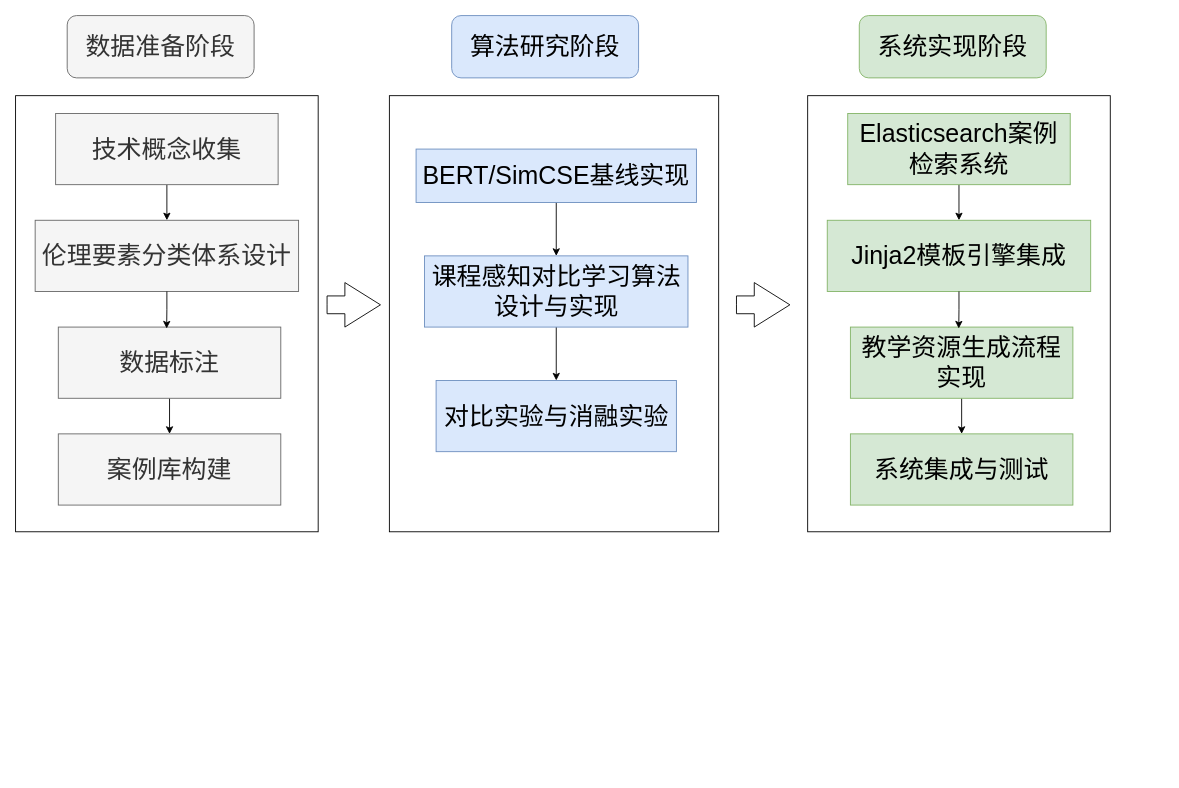
Before: 技术路线图（大论文）.drawio in handsome-tony/picture, a draw.io diagram. Source tidied: cells renumbered, new cells numbered last; positions are measured from the earlier drawing's top-left corner, leaving out a move shared by most shapes. Both pictures are drawn from the tidied source at 89%, with x=0, y=0 at pixel (15, 15).
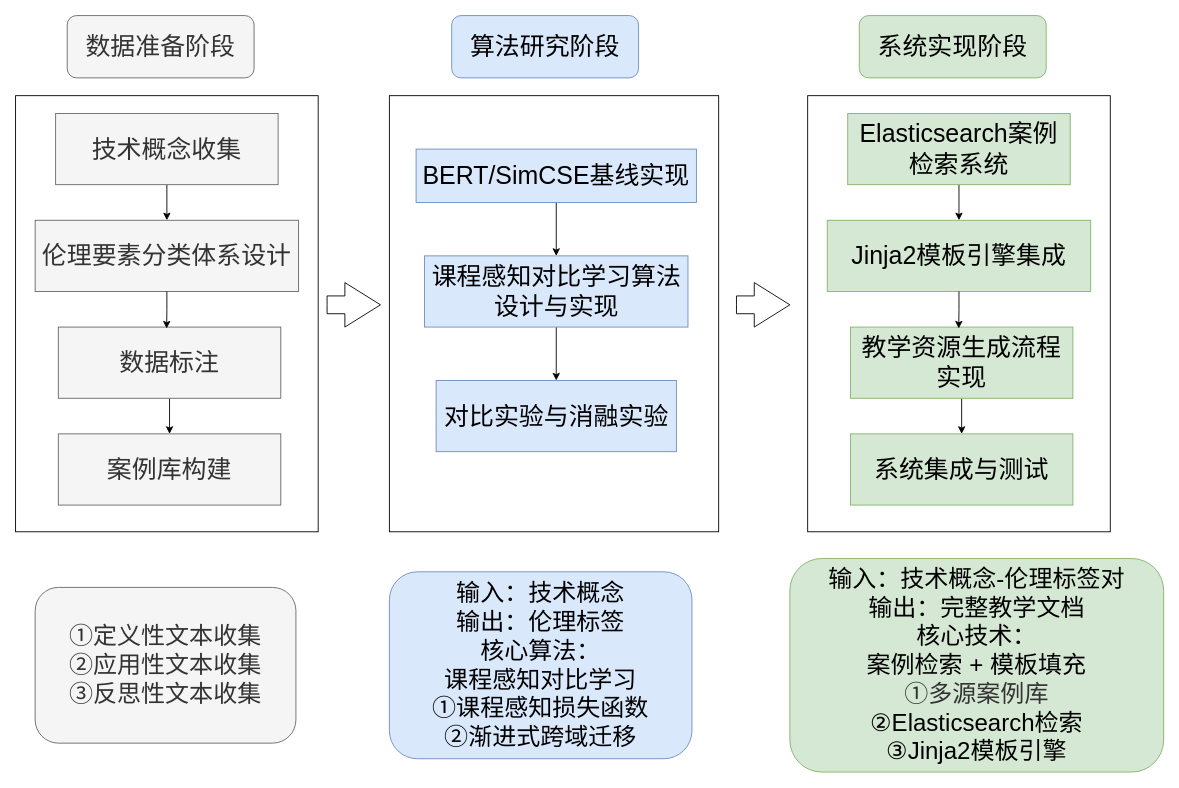
The same diagram, later.

Commit message (it also covers changes not shown here):
更新技术路线图（大论文）.drawio

The edit, as a diff of the source:
```diff
@@
+    <mxCell id="29" value="&lt;font style=&quot;font-size: 27px;&quot;&gt;①定义性文本收集&lt;/font&gt;&lt;div&gt;&lt;span style=&quot;font-size: 27px;&quot;&gt;②应用性文本收集&lt;/span&gt;&lt;/div&gt;&lt;div&gt;&lt;span style=&quot;font-size: 27px;&quot;&gt;③反思性文本收集&lt;/span&gt;&lt;/div&gt;" style="rounded=1;whiteSpace=wrap;html=1;fillColor=#f5f5f5;fontColor=#333333;strokeColor=#666666;" parent="1" vertex="1">
+      <mxGeometry x="22" y="642.5" width="293" height="175" as="geometry" />
+    </mxCell>
+    <mxCell id="30" value="&lt;span style=&quot;font-size: 27px;&quot;&gt;输入：技术概念&lt;/span&gt;&lt;div&gt;&lt;span style=&quot;font-size: 27px;&quot;&gt;输出：伦理标签&lt;/span&gt;&lt;/div&gt;&lt;div&gt;&lt;span style=&quot;font-size: 27px;&quot;&gt;核心算法：&lt;/span&gt;&lt;/div&gt;&lt;div&gt;&lt;span style=&quot;font-size: 27px;&quot;&gt;课程感知对比学习&lt;/span&gt;&lt;/div&gt;&lt;div&gt;&lt;span style=&quot;font-size: 27px;&quot;&gt;①课程感知损失函数&lt;/span&gt;&lt;/div&gt;&lt;div&gt;&lt;span style=&quot;font-size: 27px;&quot;&gt;②渐进式跨域迁移&lt;/span&gt;&lt;/div&gt;" style="rounded=1;whiteSpace=wrap;html=1;fillColor=#dae8fc;strokeColor=#6c8ebf;" parent="1" vertex="1">
+      <mxGeometry x="420" y="625" width="340" height="210" as="geometry" />
+    </mxCell>
+    <mxCell id="31" value="&lt;span style=&quot;font-size: 27px;&quot;&gt;输入：技术概念-伦理标签对&lt;/span&gt;&lt;div&gt;&lt;span style=&quot;font-size: 27px;&quot;&gt;输出：完整教学文档&lt;/span&gt;&lt;/div&gt;&lt;div&gt;&lt;span style=&quot;font-size: 27px;&quot;&gt;核心技术：&lt;/span&gt;&lt;/div&gt;&lt;div&gt;&lt;span style=&quot;font-size: 27px;&quot;&gt;案例检索 + 模板填充&lt;/span&gt;&lt;/div&gt;&lt;div&gt;&lt;span style=&quot;font-size: 27px; background-color: transparent; color: light-dark(rgb(51, 51, 51), rgb(193, 193, 193));&quot;&gt;①多源案例库&lt;/span&gt;&lt;/div&gt;&lt;div&gt;&lt;span style=&quot;font-size: 27px;&quot;&gt;②Elasticsearch检索&lt;/span&gt;&lt;/div&gt;&lt;div&gt;&lt;span style=&quot;font-size: 27px;&quot;&gt;③Jinja2模板引擎&lt;/span&gt;&lt;/div&gt;" style="rounded=1;whiteSpace=wrap;html=1;fillColor=#d5e8d4;strokeColor=#82b366;" parent="1" vertex="1">
+      <mxGeometry x="870" y="610" width="420" height="240" as="geometry" />
+    </mxCell>
```
